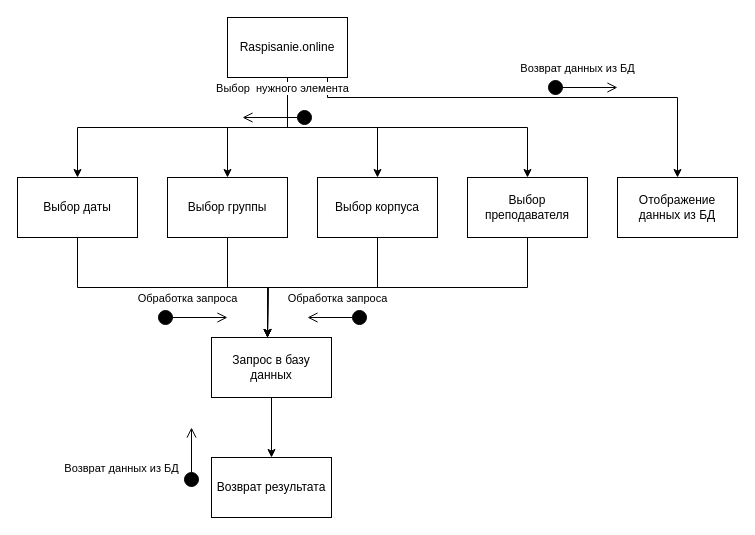
The draw.io diagram RO.drawio in Sayikoro/DBFRead, before the edit. Source tidied: cells renumbered, new cells numbered last; positions are measured from the earlier drawing's top-left corner, leaving out a move shared by most shapes. Both pictures are drawn from the tidied source at 100%, with x=0, y=0 at pixel (17, 17).
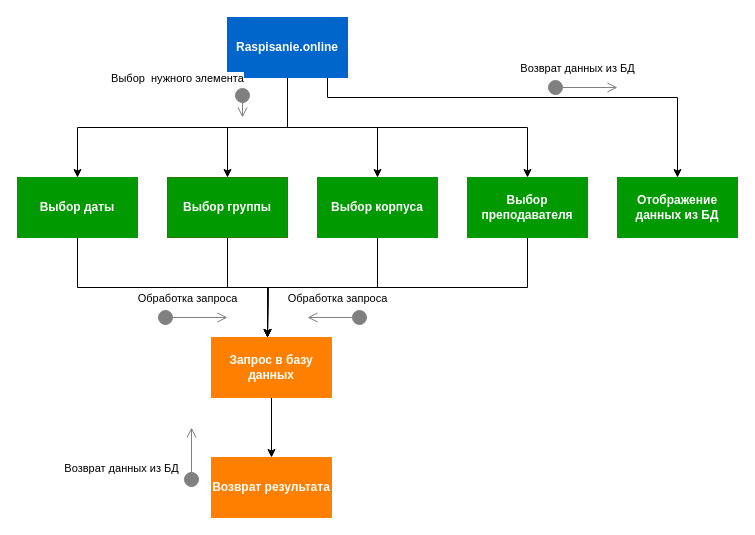
Above is the later version.

The edit, as a diff of the source:
```diff
@@
-    <mxCell id="3" style="edgeStyle=orthogonalEdgeStyle;rounded=0;jettySize=auto;html=1;exitX=0.5;exitY=1;exitDx=0;exitDy=0;entryX=0.5;entryY=0;entryDx=0;entryDy=0;" parent="1" edge="1" source="7" target="11">
+    <mxCell id="3" style="edgeStyle=orthogonalEdgeStyle;rounded=0;jettySize=auto;html=1;exitX=0.5;exitY=1;exitDx=0;exitDy=0;entryX=0.5;entryY=0;entryDx=0;entryDy=0;fontColor=#808080;" parent="1" edge="1" source="7" target="11">
       <mxGeometry relative="1" as="geometry" />
     </mxCell>
@@
-    <mxCell id="7" value="Raspisanie.online" style="rounded=0;whiteSpace=wrap;html=1;" parent="1" vertex="1">
+    <mxCell id="7" value="Raspisanie.online" style="rounded=0;whiteSpace=wrap;html=1;fontColor=#ffffff;fillColor=#0066CC;strokeColor=#0066CC;fontStyle=1;" parent="1" vertex="1">
       <mxGeometry x="210" width="120" height="60" as="geometry" />
     </mxCell>
@@
-    <mxCell id="9" value="Выбор группы" style="rounded=0;whiteSpace=wrap;html=1;" parent="1" vertex="1">
+    <mxCell id="9" value="Выбор группы" style="rounded=0;whiteSpace=wrap;html=1;strokeColor=#2D7600;fontColor=#ffffff;fillColor=#009900;fontStyle=1;" parent="1" vertex="1">
       <mxGeometry x="150" y="160" width="120" height="60" as="geometry" />
     </mxCell>
@@
-    <mxCell id="11" value="Выбор даты" style="rounded=0;whiteSpace=wrap;html=1;" parent="1" vertex="1">
+    <mxCell id="11" value="Выбор даты" style="rounded=0;whiteSpace=wrap;html=1;fontColor=#ffffff;fillColor=#009900;strokeColor=#009900;fontStyle=1;" parent="1" vertex="1">
       <mxGeometry y="160" width="120" height="60" as="geometry" />
     </mxCell>
@@
-    <mxCell id="13" value="Выбор корпуса" style="rounded=0;whiteSpace=wrap;html=1;" parent="1" vertex="1">
+    <mxCell id="13" value="Выбор корпуса" style="rounded=0;whiteSpace=wrap;html=1;fontStyle=1;fontColor=#ffffff;fillColor=#009900;strokeColor=#009900;" parent="1" vertex="1">
       <mxGeometry x="300" y="160" width="120" height="60" as="geometry" />
     </mxCell>
@@
-    <mxCell id="15" value="Выбор преподавателя" style="rounded=0;whiteSpace=wrap;html=1;" parent="1" vertex="1">
+    <mxCell id="15" value="Выбор преподавателя" style="rounded=0;whiteSpace=wrap;html=1;fontColor=#ffffff;fontStyle=1;fillColor=#009900;strokeColor=#009900;" parent="1" vertex="1">
       <mxGeometry x="450" y="160" width="120" height="60" as="geometry" />
     </mxCell>
@@
-    <mxCell id="17" value="Запрос в базу данных" style="rounded=0;whiteSpace=wrap;html=1;" parent="1" vertex="1">
+    <mxCell id="17" value="Запрос в базу данных" style="rounded=0;whiteSpace=wrap;html=1;fontColor=#ffffff;fontStyle=1;fillColor=#FF8000;strokeColor=#FF8000;" parent="1" vertex="1">
       <mxGeometry x="194" y="320" width="120" height="60" as="geometry" />
     </mxCell>
-    <mxCell id="18" value="Возврат результата" style="rounded=0;whiteSpace=wrap;html=1;" parent="1" vertex="1">
+    <mxCell id="18" value="Возврат результата" style="rounded=0;whiteSpace=wrap;html=1;fontColor=#ffffff;fillColor=#FF8000;strokeColor=#FF8000;fontStyle=1;" parent="1" vertex="1">
       <mxGeometry x="194" y="440" width="120" height="60" as="geometry" />
     </mxCell>
-    <mxCell id="19" value="Отображение данных из БД" style="rounded=0;whiteSpace=wrap;html=1;" parent="1" vertex="1">
+    <mxCell id="19" value="Отображение данных из БД" style="rounded=0;whiteSpace=wrap;html=1;fontColor=#ffffff;fontStyle=1;fillColor=#009900;strokeColor=#009900;" parent="1" vertex="1">
       <mxGeometry x="600" y="160" width="120" height="60" as="geometry" />
     </mxCell>
-    <mxCell id="20" value="Возврат данных из БД" style="html=1;verticalAlign=bottom;startArrow=circle;startFill=1;endArrow=open;startSize=6;endSize=8;" parent="1" edge="1">
+    <mxCell id="20" value="Возврат данных из БД" style="html=1;verticalAlign=bottom;startArrow=circle;startFill=1;endArrow=open;startSize=6;endSize=8;strokeColor=#808080;" parent="1" edge="1">
       <mxGeometry x="-0.14" y="10" relative="1" as="geometry">
         <mxPoint x="530" y="70" as="sourcePoint" />
         <mxPoint x="600" y="70" as="targetPoint" />
       </mxGeometry>
     </mxCell>
-    <mxCell id="21" value="Обработка запроса" style="html=1;verticalAlign=bottom;startArrow=circle;startFill=1;endArrow=open;startSize=6;endSize=8;" parent="1" edge="1">
+    <mxCell id="21" value="Обработка запроса" style="html=1;verticalAlign=bottom;startArrow=circle;startFill=1;endArrow=open;startSize=6;endSize=8;strokeColor=#808080;" parent="1" edge="1">
       <mxGeometry x="-0.14" y="10" relative="1" as="geometry">
         <mxPoint x="140" y="300" as="sourcePoint" />
         <mxPoint x="210" y="300" as="targetPoint" />
       </mxGeometry>
     </mxCell>
-    <mxCell id="22" value="Обработка запроса" style="html=1;verticalAlign=bottom;startArrow=circle;startFill=1;endArrow=open;startSize=6;endSize=8;" parent="1" edge="1">
+    <mxCell id="22" value="Обработка запроса" style="html=1;verticalAlign=bottom;startArrow=circle;startFill=1;endArrow=open;startSize=6;endSize=8;strokeColor=#808080;" parent="1" edge="1">
       <mxGeometry y="-10" relative="1" as="geometry">
         <mxPoint x="350" y="300" as="sourcePoint" />
         <mxPoint x="290" y="300" as="targetPoint" />
       </mxGeometry>
     </mxCell>
-    <mxCell id="23" value="Выбор&amp;nbsp; нужного элемента" style="html=1;verticalAlign=bottom;startArrow=circle;startFill=1;endArrow=open;startSize=6;endSize=8;" parent="1" edge="1">
-      <mxGeometry x="-0.14" y="-20" relative="1" as="geometry">
-        <mxPoint x="295" y="100" as="sourcePoint" />
+    <mxCell id="23" value="Выбор&amp;nbsp; нужного элемента" style="html=1;verticalAlign=bottom;startArrow=circle;startFill=1;endArrow=open;startSize=6;endSize=8;strokeColor=#808080;" parent="1" edge="1">
+      <mxGeometry x="-1" y="-65" relative="1" as="geometry">
+        <mxPoint x="225" y="70" as="sourcePoint" />
         <mxPoint x="225" y="100" as="targetPoint" />
       </mxGeometry>
     </mxCell>
-    <mxCell id="24" value="Возврат данных из БД" style="html=1;verticalAlign=bottom;startArrow=circle;startFill=1;endArrow=open;startSize=6;endSize=8;" parent="1" edge="1">
+    <mxCell id="24" value="Возврат данных из БД" style="html=1;verticalAlign=bottom;startArrow=circle;startFill=1;endArrow=open;startSize=6;endSize=8;strokeColor=#808080;" parent="1" edge="1">
       <mxGeometry x="-0.67" y="70" relative="1" as="geometry">
         <mxPoint x="174" y="470" as="sourcePoint" />
         <mxPoint x="174" y="410" as="targetPoint" />
       </mxGeometry>
     </mxCell>
```
